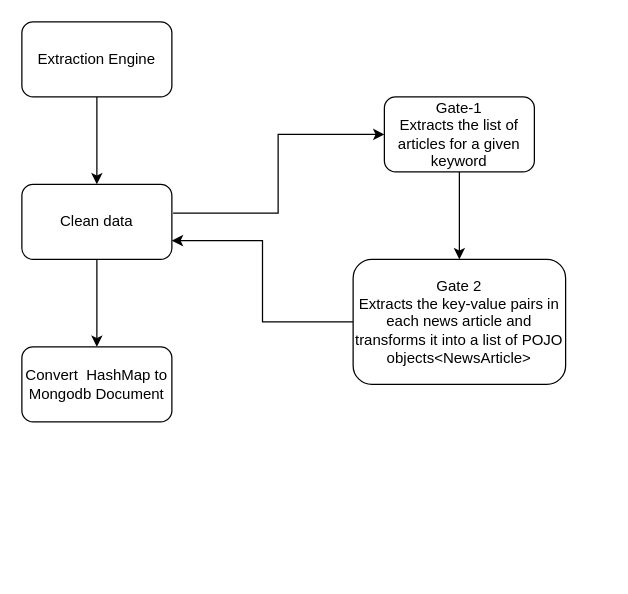
This is CSCI-5408_A3_1.drawio from naqeebali-shamsi/String-to-Color, a draw.io file, before an edit. Source tidied: cells renumbered, new cells numbered last; positions are measured from the earlier drawing's top-left corner, leaving out a move shared by most shapes. Both pictures are drawn from the tidied source at 125%, with x=0, y=0 at pixel (21, 21).
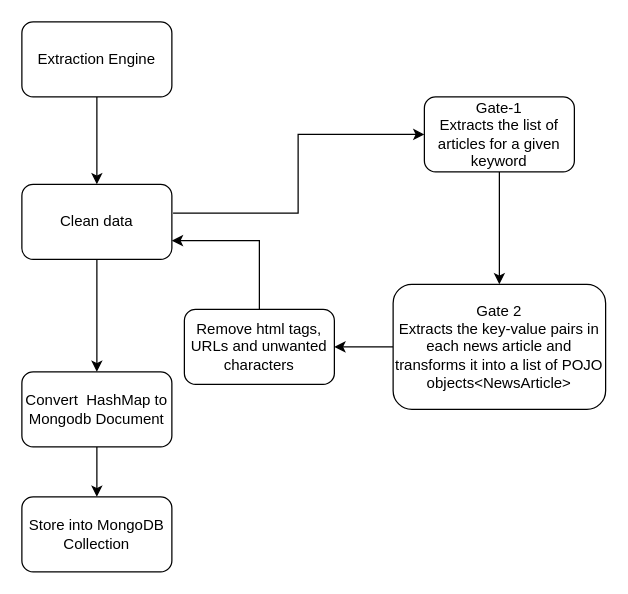
Above is the later version.

Change to the diagram source:
```diff
@@
 <mxGraphModel>
   <root>
     <mxCell id="0" />
     <mxCell id="1" parent="0" />
     <mxCell id="2" style="edgeStyle=orthogonalEdgeStyle;rounded=0;jettySize=auto;html=1;entryX=0.5;entryY=0;entryDx=0;entryDy=0;" parent="1" edge="1" source="3" target="6">
       <mxGeometry relative="1" as="geometry" />
     </mxCell>
     <mxCell id="3" value="Extraction Engine" style="rounded=1;whiteSpace=wrap;html=1;" parent="1" vertex="1">
       <mxGeometry width="120" height="60" as="geometry" />
     </mxCell>
     <mxCell id="4" style="edgeStyle=orthogonalEdgeStyle;rounded=0;jettySize=auto;html=1;entryX=0.5;entryY=0;entryDx=0;entryDy=0;" parent="1" edge="1" source="6" target="7">
       <mxGeometry relative="1" as="geometry" />
     </mxCell>
     <mxCell id="5" style="edgeStyle=orthogonalEdgeStyle;rounded=0;jettySize=auto;html=1;entryX=0;entryY=0.5;entryDx=0;entryDy=0;exitX=1.008;exitY=0.383;exitDx=0;exitDy=0;exitPerimeter=0;" parent="1" edge="1" source="6" target="9">
       <mxGeometry relative="1" as="geometry" />
     </mxCell>
     <mxCell id="6" value="Clean data" style="rounded=1;whiteSpace=wrap;html=1;" parent="1" vertex="1">
       <mxGeometry y="130" width="120" height="60" as="geometry" />
     </mxCell>
+    <mxCell id="12" style="edgeStyle=orthogonalEdgeStyle;rounded=0;jettySize=auto;html=1;startArrow=none;startFill=0;" parent="1" edge="1" source="7" target="16">
+      <mxGeometry relative="1" as="geometry" />
+    </mxCell>
     <mxCell id="7" value="Convert&amp;nbsp; HashMap to Mongodb Document" style="rounded=1;whiteSpace=wrap;html=1;" parent="1" vertex="1">
-      <mxGeometry y="260" width="120" height="60" as="geometry" />
+      <mxGeometry y="280" width="120" height="60" as="geometry" />
     </mxCell>
     <mxCell id="8" style="edgeStyle=orthogonalEdgeStyle;rounded=0;jettySize=auto;html=1;entryX=0.5;entryY=0;entryDx=0;entryDy=0;" parent="1" edge="1" source="9" target="11">
       <mxGeometry relative="1" as="geometry" />
     </mxCell>
     <mxCell id="9" value="Gate-1&lt;br&gt;Extracts the list of articles for a given keyword" style="rounded=1;whiteSpace=wrap;html=1;" parent="1" vertex="1">
-      <mxGeometry x="290" y="60" width="120" height="60" as="geometry" />
+      <mxGeometry x="322" y="60" width="120" height="60" as="geometry" />
     </mxCell>
-    <mxCell id="10" style="edgeStyle=orthogonalEdgeStyle;rounded=0;jettySize=auto;html=1;entryX=1;entryY=0.75;entryDx=0;entryDy=0;" parent="1" edge="1" source="11" target="6">
-      <mxGeometry relative="1" as="geometry" />
-    </mxCell>
+    <mxCell id="13" style="edgeStyle=orthogonalEdgeStyle;rounded=0;jettySize=auto;html=1;entryX=1;entryY=0.5;entryDx=0;entryDy=0;startArrow=none;startFill=0;" parent="1" edge="1" source="11" target="15">
+      <mxGeometry relative="1" as="geometry" />
+    </mxCell>
     <mxCell id="11" value="Gate 2&lt;br&gt;Extracts the key-value pairs in each news article and transforms it into a list of POJO objects&amp;lt;NewsArticle&amp;gt;" style="rounded=1;whiteSpace=wrap;html=1;" parent="1" vertex="1">
-      <mxGeometry x="265" y="190" width="170" height="100" as="geometry" />
+      <mxGeometry x="297" y="210" width="170" height="100" as="geometry" />
     </mxCell>
+    <mxCell id="14" style="edgeStyle=orthogonalEdgeStyle;rounded=0;jettySize=auto;html=1;entryX=1;entryY=0.75;entryDx=0;entryDy=0;startArrow=none;startFill=0;exitX=0.5;exitY=0;exitDx=0;exitDy=0;" parent="1" edge="1" source="15" target="6">
+      <mxGeometry relative="1" as="geometry">
+        <Array as="points">
+          <mxPoint x="190" y="175" />
+        </Array>
+      </mxGeometry>
+    </mxCell>
+    <mxCell id="15" value="Remove html tags, URLs and unwanted characters" style="rounded=1;whiteSpace=wrap;html=1;" parent="1" vertex="1">
+      <mxGeometry x="130" y="230" width="120" height="60" as="geometry" />
+    </mxCell>
+    <mxCell id="16" value="Store into MongoDB Collection" style="rounded=1;whiteSpace=wrap;html=1;" parent="1" vertex="1">
+      <mxGeometry y="380" width="120" height="60" as="geometry" />
+    </mxCell>
   </root>
 </mxGraphModel>
```
